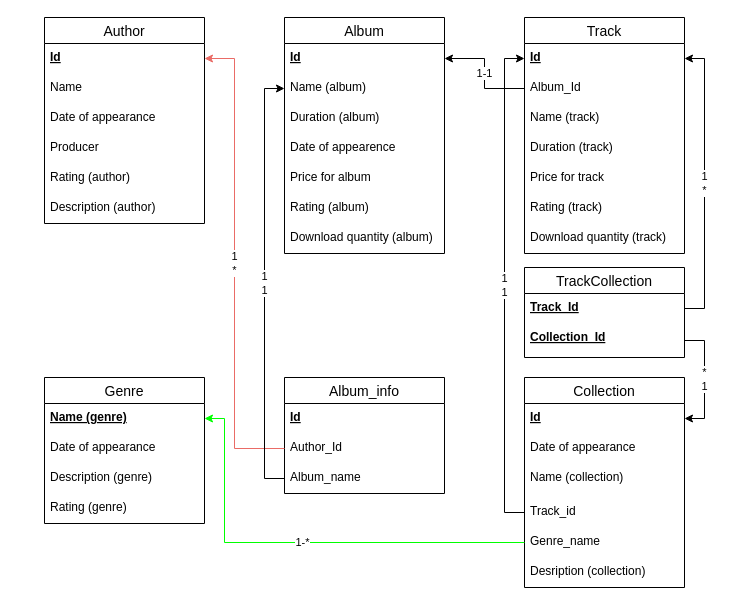
Earlier version of the draw.io diagram Untitled Diagram.drawio (Oleg-Stukalov/draw.io-schemes). Source tidied: cells renumbered, new cells numbered last; positions are measured from the earlier drawing's top-left corner, leaving out a move shared by most shapes. Both pictures are drawn from the tidied source at 100%, with x=0, y=0 at pixel (44, 17).
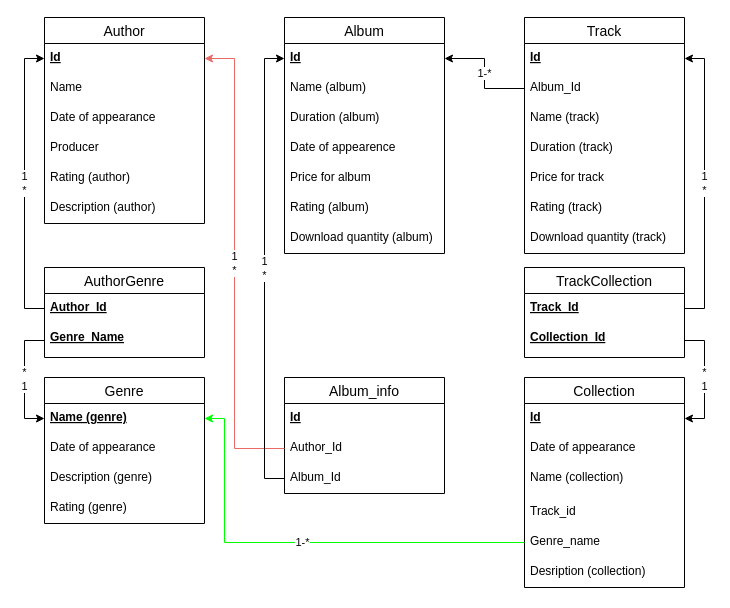
The same diagram, later.

Unchanged cells that the change refers to:
```xml
<mxCell id="3" value="Id" style="text;strokeColor=none;fillColor=none;spacingLeft=4;spacingRight=4;overflow=hidden;points=[[0,0.5],[1,0.5]];portConstraint=eastwest;fontSize=12;fontStyle=5;" parent="2" vertex="1">
  <mxGeometry y="26" width="160" height="30" as="geometry" />
</mxCell>
<mxCell id="4" value="Name (album)" style="text;strokeColor=none;fillColor=none;spacingLeft=4;spacingRight=4;overflow=hidden;points=[[0,0.5],[1,0.5]];portConstraint=eastwest;fontSize=12;" parent="2" vertex="1">
  <mxGeometry y="56" width="160" height="30" as="geometry" />
</mxCell>
<mxCell id="11" value="Id" style="text;strokeColor=none;fillColor=none;spacingLeft=4;spacingRight=4;overflow=hidden;points=[[0,0.5],[1,0.5]];portConstraint=eastwest;fontSize=12;fontStyle=5;" parent="10" vertex="1">
  <mxGeometry y="26" width="160" height="30" as="geometry" />
</mxCell>
<mxCell id="18" value="Id" style="text;strokeColor=none;fillColor=none;spacingLeft=4;spacingRight=4;overflow=hidden;points=[[0,0.5],[1,0.5]];portConstraint=eastwest;fontSize=12;fontStyle=5;" parent="17" vertex="1">
  <mxGeometry y="26" width="160" height="30" as="geometry" />
</mxCell>
<mxCell id="19" value="Album_Id" style="text;strokeColor=none;fillColor=none;spacingLeft=4;spacingRight=4;overflow=hidden;points=[[0,0.5],[1,0.5]];portConstraint=eastwest;fontSize=12;" parent="17" vertex="1">
  <mxGeometry y="56" width="160" height="30" as="geometry" />
</mxCell>
<mxCell id="26" value="Name (genre)" style="text;strokeColor=none;fillColor=none;spacingLeft=4;spacingRight=4;overflow=hidden;points=[[0,0.5],[1,0.5]];portConstraint=eastwest;fontSize=12;fontStyle=5;" parent="25" vertex="1">
  <mxGeometry y="26" width="160" height="30" as="geometry" />
</mxCell>
<mxCell id="35" value="Track_id" style="text;strokeColor=none;fillColor=none;spacingLeft=4;spacingRight=4;overflow=hidden;points=[[0,0.5],[1,0.5]];portConstraint=eastwest;fontSize=12;" parent="31" vertex="1">
  <mxGeometry y="120" width="160" height="30" as="geometry" />
</mxCell>
<mxCell id="38" value="Album_info" style="swimlane;fontStyle=0;horizontal=1;startSize=26;align=center;fontSize=14;" parent="1" vertex="1">
  <mxGeometry x="240" y="360" width="160" height="116" as="geometry" />
</mxCell>
```

Change to the diagram source:
```diff
@@
-    <mxCell id="30" value="1-1" style="edgeStyle=orthogonalEdgeStyle;rounded=0;jettySize=auto;html=1;exitX=0;exitY=0.5;exitDx=0;exitDy=0;" parent="1" edge="1" source="19" target="3">
-      <mxGeometry relative="1" as="geometry" />
-    </mxCell>
@@
-    <mxCell id="41" value="Album_name" style="text;strokeColor=none;fillColor=none;spacingLeft=4;spacingRight=4;overflow=hidden;points=[[0,0.5],[1,0.5]];portConstraint=eastwest;fontSize=12;" parent="38" vertex="1">
+    <mxCell id="41" value="Album_Id" style="text;strokeColor=none;fillColor=none;spacingLeft=4;spacingRight=4;overflow=hidden;points=[[0,0.5],[1,0.5]];portConstraint=eastwest;fontSize=12;" parent="38" vertex="1">
       <mxGeometry y="86" width="160" height="30" as="geometry" />
     </mxCell>
@@
-    <mxCell id="44" value="&lt;div&gt;1&lt;/div&gt;&lt;div&gt;1&lt;br&gt;&lt;/div&gt;" style="edgeStyle=orthogonalEdgeStyle;rounded=0;jettySize=auto;html=1;exitX=0;exitY=0.5;exitDx=0;exitDy=0;entryX=0;entryY=0.5;entryDx=0;entryDy=0;" parent="1" edge="1" source="41" target="4">
+    <mxCell id="44" value="&lt;div&gt;1&lt;/div&gt;&lt;div&gt;*&lt;br&gt;&lt;/div&gt;" style="edgeStyle=orthogonalEdgeStyle;rounded=0;jettySize=auto;html=1;exitX=0;exitY=0.5;exitDx=0;exitDy=0;entryX=0;entryY=0.5;entryDx=0;entryDy=0;" parent="1" edge="1" source="41" target="3">
       <mxGeometry relative="1" as="geometry" />
     </mxCell>
-    <mxCell id="45" value="&lt;div&gt;1&lt;/div&gt;&lt;div&gt;1&lt;br&gt;&lt;/div&gt;" style="edgeStyle=orthogonalEdgeStyle;rounded=0;jettySize=auto;html=1;exitX=0;exitY=0.5;exitDx=0;exitDy=0;entryX=0;entryY=0.5;entryDx=0;entryDy=0;" parent="1" edge="1" source="35" target="18">
-      <mxGeometry relative="1" as="geometry" />
-    </mxCell>
@@
+    <mxCell id="30" value="1-*" style="edgeStyle=orthogonalEdgeStyle;rounded=0;jettySize=auto;html=1;exitX=0;exitY=0.5;exitDx=0;exitDy=0;entryX=1;entryY=0.5;entryDx=0;entryDy=0;" parent="1" edge="1" source="19" target="3">
+      <mxGeometry relative="1" as="geometry" />
+    </mxCell>
+    <mxCell id="51" value="AuthorGenre" style="swimlane;fontStyle=0;horizontal=1;startSize=26;align=center;fontSize=14;" parent="1" vertex="1">
+      <mxGeometry y="250" width="160" height="90" as="geometry" />
+    </mxCell>
+    <mxCell id="52" value="Author_Id" style="text;strokeColor=none;fillColor=none;spacingLeft=4;spacingRight=4;overflow=hidden;points=[[0,0.5],[1,0.5]];portConstraint=eastwest;fontSize=12;fontStyle=5;" parent="51" vertex="1">
+      <mxGeometry y="26" width="160" height="30" as="geometry" />
+    </mxCell>
+    <mxCell id="53" value="Genre_Name" style="text;strokeColor=none;fillColor=none;spacingLeft=4;spacingRight=4;overflow=hidden;points=[[0,0.5],[1,0.5]];portConstraint=eastwest;fontSize=12;fontStyle=5;" parent="51" vertex="1">
+      <mxGeometry y="56" width="160" height="34" as="geometry" />
+    </mxCell>
+    <mxCell id="54" value="&lt;div&gt;1&lt;/div&gt;&lt;div&gt;*&lt;br&gt;&lt;/div&gt;" style="edgeStyle=orthogonalEdgeStyle;rounded=0;jettySize=auto;html=1;exitX=0;exitY=0.5;exitDx=0;exitDy=0;entryX=0;entryY=0.5;entryDx=0;entryDy=0;" parent="1" edge="1" source="52" target="11">
+      <mxGeometry relative="1" as="geometry" />
+    </mxCell>
+    <mxCell id="55" value="&lt;div&gt;*&lt;/div&gt;&lt;div&gt;1&lt;br&gt;&lt;/div&gt;" style="edgeStyle=orthogonalEdgeStyle;rounded=0;jettySize=auto;html=1;exitX=0;exitY=0.5;exitDx=0;exitDy=0;entryX=0;entryY=0.5;entryDx=0;entryDy=0;" parent="1" edge="1" source="53" target="26">
+      <mxGeometry relative="1" as="geometry" />
+    </mxCell>
```
